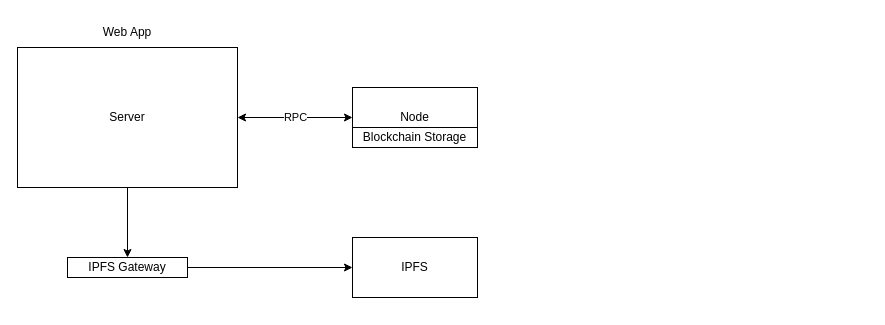
Above: designs/architecture/IPFS Diagram.drawio in UniversalDot/documents (draw.io), before the change. Source tidied: cells renumbered, new cells numbered last; positions are measured from the earlier drawing's top-left corner, leaving out a move shared by most shapes. Both pictures are drawn from the tidied source at 100%, with x=0, y=0 at pixel (17, 17).
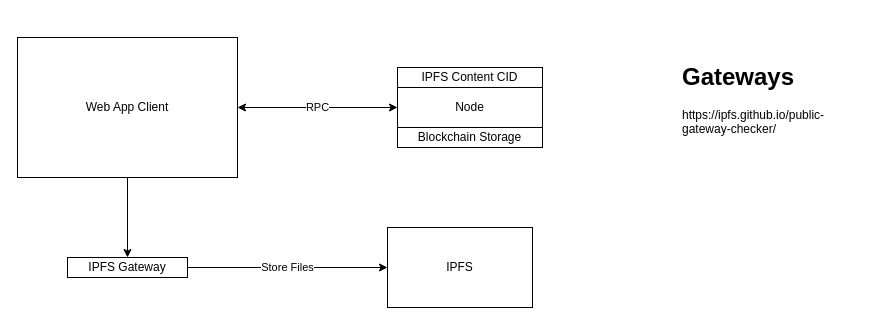
The same diagram, later.

Change to the diagram source:
```diff
@@
 <mxGraphModel>
   <root>
     <mxCell id="0" />
     <mxCell id="1" parent="0" />
     <mxCell id="2" value="RPC" style="edgeStyle=orthogonalEdgeStyle;rounded=0;jettySize=auto;html=1;entryX=0;entryY=0.5;entryDx=0;entryDy=0;startArrow=classic;startFill=1;" parent="1" edge="1" source="4" target="8">
       <mxGeometry relative="1" as="geometry" />
     </mxCell>
     <mxCell id="3" style="edgeStyle=orthogonalEdgeStyle;rounded=0;jettySize=auto;html=1;entryX=0.5;entryY=0;entryDx=0;entryDy=0;" parent="1" edge="1" source="4" target="7">
       <mxGeometry relative="1" as="geometry" />
     </mxCell>
-    <mxCell id="4" value="Server" style="rounded=0;whiteSpace=wrap;html=1;" parent="1" vertex="1">
-      <mxGeometry y="30" width="220" height="140" as="geometry" />
+    <mxCell id="4" value="Web App Client" style="rounded=0;whiteSpace=wrap;html=1;" parent="1" vertex="1">
+      <mxGeometry y="20" width="220" height="140" as="geometry" />
     </mxCell>
-    <mxCell id="5" value="Web App" style="text;html=1;strokeColor=none;fillColor=none;align=center;verticalAlign=middle;whiteSpace=wrap;rounded=0;" parent="1" vertex="1">
-      <mxGeometry x="80" width="60" height="30" as="geometry" />
-    </mxCell>
-    <mxCell id="6" style="edgeStyle=orthogonalEdgeStyle;rounded=0;jettySize=auto;html=1;entryX=0;entryY=0.5;entryDx=0;entryDy=0;" parent="1" edge="1" source="7" target="10">
+    <mxCell id="6" value="Store Files" style="edgeStyle=orthogonalEdgeStyle;rounded=0;jettySize=auto;html=1;entryX=0;entryY=0.5;entryDx=0;entryDy=0;" parent="1" edge="1" source="7" target="10">
       <mxGeometry relative="1" as="geometry" />
     </mxCell>
     <mxCell id="7" value="IPFS Gateway" style="rounded=0;whiteSpace=wrap;html=1;" parent="1" vertex="1">
       <mxGeometry x="50" y="240" width="120" height="20" as="geometry" />
     </mxCell>
     <mxCell id="8" value="Node" style="rounded=0;whiteSpace=wrap;html=1;" parent="1" vertex="1">
-      <mxGeometry x="335" y="70" width="125" height="60" as="geometry" />
+      <mxGeometry x="380" y="50" width="145" height="80" as="geometry" />
     </mxCell>
     <mxCell id="9" value="Blockchain Storage" style="rounded=0;whiteSpace=wrap;html=1;" parent="1" vertex="1">
-      <mxGeometry x="335" y="110" width="125" height="20" as="geometry" />
+      <mxGeometry x="380" y="110" width="145" height="20" as="geometry" />
     </mxCell>
     <mxCell id="10" value="IPFS" style="rounded=0;whiteSpace=wrap;html=1;" parent="1" vertex="1">
-      <mxGeometry x="335" y="220" width="125" height="60" as="geometry" />
+      <mxGeometry x="370" y="210" width="145" height="80" as="geometry" />
     </mxCell>
+    <mxCell id="11" value="&lt;h1&gt;Gateways&lt;/h1&gt;&lt;p&gt;https://ipfs.github.io/public-gateway-checker/&lt;/p&gt;" style="text;html=1;strokeColor=none;fillColor=none;spacing=5;spacingTop=-20;whiteSpace=wrap;overflow=hidden;rounded=0;" parent="1" vertex="1">
+      <mxGeometry x="660" y="40" width="190" height="120" as="geometry" />
+    </mxCell>
+    <mxCell id="12" value="IPFS Content CID" style="rounded=0;whiteSpace=wrap;html=1;" parent="1" vertex="1">
+      <mxGeometry x="380" y="50" width="145" height="20" as="geometry" />
+    </mxCell>
   </root>
 </mxGraphModel>
```
